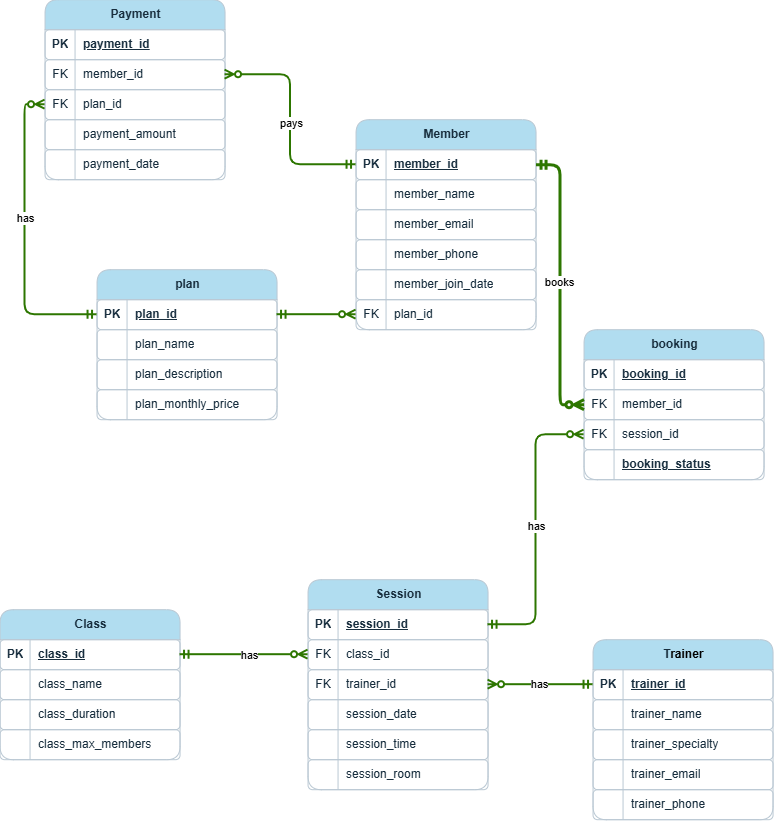
This is diagrams/ironclad_fitness_ERD.png from muthelophindulo/ironclad_fitness_gym_db, a draw.io export, as it was before one commit. Source tidied: cells renumbered, new cells last; positions are measured from the earlier drawing's top-left corner, leaving out a move shared by most shapes.
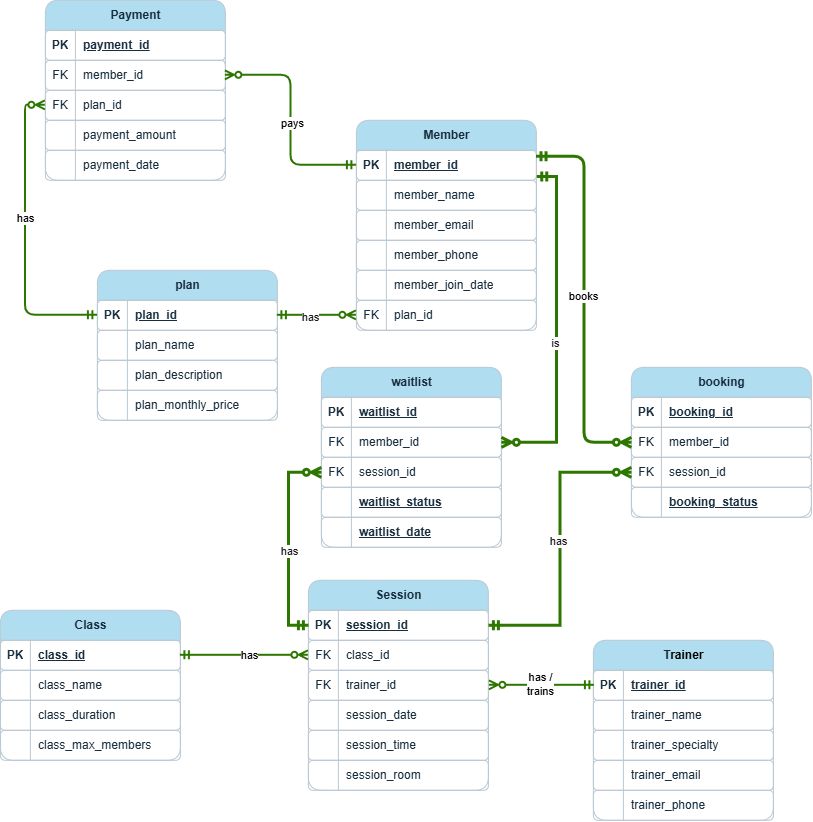
After the commit.

What changed in the source:
```diff
@@ -188,6 +188,9 @@
     <mxCell id="63" style="edgeStyle=orthogonalEdgeStyle;rounded=1;jettySize=auto;html=1;exitX=0;exitY=0.5;exitDx=0;exitDy=0;entryX=1;entryY=0.5;entryDx=0;entryDy=0;labelBackgroundColor=none;strokeColor=#2D7600;fontColor=default;startArrow=ERzeroToMany;startFill=0;endArrow=ERmandOne;endFill=0;fillColor=#60a917;strokeWidth=2;" parent="1" edge="1" source="60" target="3">
       <mxGeometry relative="1" as="geometry" />
     </mxCell>
+    <mxCell id="124" value="has" style="edgeLabel;html=1;align=center;verticalAlign=middle;fontFamily=Helvetica;fontSize=11;fontColor=#1A1A1A;labelBackgroundColor=default;" parent="63" vertex="1">
+      <mxGeometry x="0.17" y="2" relative="1" as="geometry" />
+    </mxCell>
     <mxCell id="64" value="Session" style="shape=table;startSize=30;rowLines=0;fontStyle=1;align=center;html=1;labelBackgroundColor=none;fillColor=#B1DDF0;strokeColor=#BAC8D3;fontColor=#182E3E;rounded=1;" parent="1" vertex="1">
       <mxGeometry x="308" y="580" width="180" height="210" as="geometry" />
     </mxCell>
@@ -245,10 +248,13 @@
     <mxCell id="82" value="session_room" style="shape=partialRectangle;fillColor=none;top=0;left=0;bottom=0;right=0;align=left;spacingLeft=6;overflow=hidden;whiteSpace=wrap;html=1;labelBackgroundColor=none;strokeColor=#BAC8D3;fontColor=#182E3E;rounded=1;" parent="80" vertex="1">
       <mxGeometry x="30" width="150" height="30" as="geometry" />
     </mxCell>
-    <mxCell id="83" style="edgeStyle=orthogonalEdgeStyle;rounded=1;jettySize=auto;html=1;exitX=1;exitY=0.5;exitDx=0;exitDy=0;entryX=0;entryY=0.5;entryDx=0;entryDy=0;labelBackgroundColor=none;strokeColor=#2D7600;fontColor=default;endArrow=ERmandOne;endFill=0;startArrow=ERzeroToMany;startFill=0;fillColor=#60a917;strokeWidth=2;" parent="1" edge="1" source="71" target="16">
-      <mxGeometry relative="1" as="geometry" />
+    <mxCell id="83" style="edgeStyle=orthogonalEdgeStyle;rounded=1;orthogonalLoop=1;jettySize=auto;html=1;exitX=1;exitY=0.5;exitDx=0;exitDy=0;entryX=0;entryY=0.5;entryDx=0;entryDy=0;labelBackgroundColor=none;strokeColor=#2D7600;fontColor=default;endArrow=ERmandOne;endFill=0;startArrow=ERzeroToMany;startFill=0;fillColor=#60a917;strokeWidth=2;" parent="1" edge="1">
+      <mxGeometry relative="1" as="geometry">
+        <mxPoint x="489" y="685" as="sourcePoint" />
+        <mxPoint x="594" y="685" as="targetPoint" />
+      </mxGeometry>
     </mxCell>
-    <mxCell id="84" value="has" style="edgeLabel;html=1;align=center;verticalAlign=middle;" parent="83" vertex="1">
+    <mxCell id="84" value="has /&lt;div&gt;trains&lt;/div&gt;" style="edgeLabel;html=1;align=center;verticalAlign=middle;" parent="83" vertex="1">
       <mxGeometry x="-0.03" y="1" relative="1" as="geometry" />
     </mxCell>
     <mxCell id="85" style="edgeStyle=orthogonalEdgeStyle;rounded=1;jettySize=auto;html=1;exitX=0;exitY=0.5;exitDx=0;exitDy=0;entryX=1;entryY=0.5;entryDx=0;entryDy=0;labelBackgroundColor=none;strokeColor=#2D7600;fontColor=default;startArrow=ERzeroToMany;startFill=0;endArrow=ERmandOne;endFill=0;fillColor=#60a917;strokeWidth=2;" parent="1" edge="1" source="68" target="32">
@@ -258,7 +264,7 @@
       <mxGeometry x="-0.07" relative="1" as="geometry" />
     </mxCell>
     <mxCell id="87" value="booking" style="shape=table;startSize=30;rowLines=0;fontStyle=1;align=center;html=1;labelBackgroundColor=none;fillColor=#B1DDF0;strokeColor=#BAC8D3;fontColor=#182E3E;rounded=1;" parent="1" vertex="1">
-      <mxGeometry x="584" y="330" width="180" height="150" as="geometry" />
+      <mxGeometry x="631" y="367" width="180" height="150" as="geometry" />
     </mxCell>
     <mxCell id="88" style="shape=tableRow;horizontal=0;startSize=0;swimlaneHead=0;swimlaneBody=0;fillColor=none;top=0;left=0;right=0;bottom=1;labelBackgroundColor=none;strokeColor=#BAC8D3;fontColor=#182E3E;rounded=1;" parent="87" vertex="1">
       <mxGeometry y="30" width="180" height="30" as="geometry" />
@@ -296,18 +302,12 @@
     <mxCell id="99" value="&lt;span style=&quot;font-weight: 700; text-decoration: underline;&quot;&gt;booking_status&lt;/span&gt;" style="shape=partialRectangle;fillColor=none;top=0;left=0;bottom=0;right=0;align=left;spacingLeft=6;overflow=hidden;whiteSpace=wrap;html=1;labelBackgroundColor=none;strokeColor=#BAC8D3;fontColor=#182E3E;rounded=1;" parent="97" vertex="1">
       <mxGeometry x="30" width="150" height="30" as="geometry" />
     </mxCell>
-    <mxCell id="100" style="edgeStyle=orthogonalEdgeStyle;rounded=1;jettySize=auto;html=1;exitX=0;exitY=0.5;exitDx=0;exitDy=0;entryX=1;entryY=0.5;entryDx=0;entryDy=0;labelBackgroundColor=none;strokeColor=#2D7600;fontColor=default;startArrow=ERzeroToMany;startFill=0;endArrow=ERmandOne;endFill=0;strokeWidth=3;fillColor=#60a917;" parent="1" edge="1" source="91" target="45">
+    <mxCell id="100" style="edgeStyle=orthogonalEdgeStyle;rounded=1;jettySize=auto;html=1;exitX=0;exitY=0.5;exitDx=0;exitDy=0;entryX=0.998;entryY=0.2;entryDx=0;entryDy=0;labelBackgroundColor=none;strokeColor=#2D7600;fontColor=default;startArrow=ERzeroToMany;startFill=0;endArrow=ERmandOne;endFill=0;strokeWidth=3;fillColor=#60a917;entryPerimeter=0;" parent="1" edge="1" source="91" target="45">
       <mxGeometry relative="1" as="geometry" />
     </mxCell>
     <mxCell id="101" value="books" style="edgeLabel;html=1;align=center;verticalAlign=middle;" parent="100" vertex="1">
       <mxGeometry x="0.01" y="1" relative="1" as="geometry" />
     </mxCell>
-    <mxCell id="102" style="edgeStyle=orthogonalEdgeStyle;rounded=1;jettySize=auto;html=1;exitX=0;exitY=0.5;exitDx=0;exitDy=0;entryX=1;entryY=0.5;entryDx=0;entryDy=0;labelBackgroundColor=none;strokeColor=#2D7600;fontColor=default;startArrow=ERzeroToMany;startFill=0;endArrow=ERmandOne;endFill=0;fillColor=#60a917;strokeWidth=2;" parent="1" edge="1" source="94" target="65">
-      <mxGeometry relative="1" as="geometry" />
-    </mxCell>
-    <mxCell id="103" value="has" style="edgeLabel;html=1;align=center;verticalAlign=middle;" parent="102" vertex="1">
-      <mxGeometry x="-0.03" relative="1" as="geometry" />
-    </mxCell>
     <mxCell id="104" value="Payment" style="shape=table;startSize=30;rowLines=0;fontStyle=1;align=center;html=1;labelBackgroundColor=none;fillColor=#B1DDF0;strokeColor=#BAC8D3;fontColor=#182E3E;rounded=1;" parent="1" vertex="1">
       <mxGeometry x="45" width="180" height="180" as="geometry" />
     </mxCell>
@@ -368,5 +368,73 @@
     <mxCell id="123" value="has" style="edgeLabel;html=1;align=center;verticalAlign=middle;" parent="122" vertex="1">
       <mxGeometry x="-0.12" relative="1" as="geometry" />
     </mxCell>
+    <mxCell id="125" value="waitlist" style="shape=table;startSize=30;rowLines=0;fontStyle=1;align=center;html=1;labelBackgroundColor=none;fillColor=#B1DDF0;strokeColor=#BAC8D3;fontColor=#182E3E;rounded=1;" parent="1" vertex="1">
+      <mxGeometry x="321" y="367" width="180" height="180" as="geometry" />
+    </mxCell>
+    <mxCell id="126" style="shape=tableRow;horizontal=0;startSize=0;swimlaneHead=0;swimlaneBody=0;fillColor=none;top=0;left=0;right=0;bottom=1;labelBackgroundColor=none;strokeColor=#BAC8D3;fontColor=#182E3E;rounded=1;" parent="125" vertex="1">
+      <mxGeometry y="30" width="180" height="30" as="geometry" />
+    </mxCell>
+    <mxCell id="127" value="PK" style="shape=partialRectangle;fillColor=none;top=0;left=0;bottom=0;right=0;fontStyle=1;overflow=hidden;whiteSpace=wrap;html=1;labelBackgroundColor=none;strokeColor=#BAC8D3;fontColor=#182E3E;rounded=1;" parent="126" vertex="1">
+      <mxGeometry width="30" height="30" as="geometry" />
+    </mxCell>
+    <mxCell id="128" value="waitlist_id" style="shape=partialRectangle;fillColor=none;top=0;left=0;bottom=0;right=0;align=left;spacingLeft=6;fontStyle=5;overflow=hidden;whiteSpace=wrap;html=1;labelBackgroundColor=none;strokeColor=#BAC8D3;fontColor=#182E3E;rounded=1;" parent="126" vertex="1">
+      <mxGeometry x="30" width="150" height="30" as="geometry" />
+    </mxCell>
+    <mxCell id="129" style="shape=tableRow;horizontal=0;startSize=0;swimlaneHead=0;swimlaneBody=0;fillColor=none;points=[[0,0.5],[1,0.5]];portConstraint=eastwest;top=0;left=0;right=0;bottom=0;labelBackgroundColor=none;strokeColor=#BAC8D3;fontColor=#182E3E;rounded=1;" parent="125" vertex="1">
+      <mxGeometry y="60" width="180" height="30" as="geometry" />
+    </mxCell>
+    <mxCell id="130" value="FK" style="shape=partialRectangle;fillColor=none;top=0;left=0;bottom=0;right=0;overflow=hidden;whiteSpace=wrap;html=1;labelBackgroundColor=none;strokeColor=#BAC8D3;fontColor=#182E3E;rounded=1;" parent="129" vertex="1">
+      <mxGeometry width="30" height="30" as="geometry" />
+    </mxCell>
+    <mxCell id="131" value="member_id" style="shape=partialRectangle;fillColor=none;top=0;left=0;bottom=0;right=0;align=left;spacingLeft=6;overflow=hidden;whiteSpace=wrap;html=1;labelBackgroundColor=none;strokeColor=#BAC8D3;fontColor=#182E3E;rounded=1;" parent="129" vertex="1">
+      <mxGeometry x="30" width="150" height="30" as="geometry" />
+    </mxCell>
+    <mxCell id="132" style="shape=tableRow;horizontal=0;startSize=0;swimlaneHead=0;swimlaneBody=0;fillColor=none;points=[[0,0.5],[1,0.5]];portConstraint=eastwest;top=0;left=0;right=0;bottom=0;labelBackgroundColor=none;strokeColor=#BAC8D3;fontColor=#182E3E;rounded=1;" parent="125" vertex="1">
+      <mxGeometry y="90" width="180" height="30" as="geometry" />
+    </mxCell>
+    <mxCell id="133" value="FK" style="shape=partialRectangle;fillColor=none;top=0;left=0;bottom=0;right=0;overflow=hidden;whiteSpace=wrap;html=1;labelBackgroundColor=none;strokeColor=#BAC8D3;fontColor=#182E3E;rounded=1;" parent="132" vertex="1">
+      <mxGeometry width="30" height="30" as="geometry" />
+    </mxCell>
+    <mxCell id="134" value="session_id" style="shape=partialRectangle;fillColor=none;top=0;left=0;bottom=0;right=0;align=left;spacingLeft=6;overflow=hidden;whiteSpace=wrap;html=1;labelBackgroundColor=none;strokeColor=#BAC8D3;fontColor=#182E3E;rounded=1;" parent="132" vertex="1">
+      <mxGeometry x="30" width="150" height="30" as="geometry" />
+    </mxCell>
+    <mxCell id="135" style="shape=tableRow;horizontal=0;startSize=0;swimlaneHead=0;swimlaneBody=0;fillColor=none;top=0;left=0;right=0;bottom=0;labelBackgroundColor=none;strokeColor=#BAC8D3;fontColor=#182E3E;rounded=1;" parent="125" vertex="1">
+      <mxGeometry y="120" width="180" height="30" as="geometry" />
+    </mxCell>
+    <mxCell id="136" style="shape=partialRectangle;fillColor=none;top=0;left=0;bottom=0;right=0;overflow=hidden;whiteSpace=wrap;html=1;labelBackgroundColor=none;strokeColor=#BAC8D3;fontColor=#182E3E;rounded=1;" parent="135" vertex="1">
+      <mxGeometry width="30" height="30" as="geometry" />
+    </mxCell>
+    <mxCell id="137" value="&lt;span style=&quot;font-weight: 700; text-decoration: underline;&quot;&gt;waitlist_status&lt;/span&gt;" style="shape=partialRectangle;fillColor=none;top=0;left=0;bottom=0;right=0;align=left;spacingLeft=6;overflow=hidden;whiteSpace=wrap;html=1;labelBackgroundColor=none;strokeColor=#BAC8D3;fontColor=#182E3E;rounded=1;" parent="135" vertex="1">
+      <mxGeometry x="30" width="150" height="30" as="geometry" />
+    </mxCell>
+    <mxCell id="138" style="shape=tableRow;horizontal=0;startSize=0;swimlaneHead=0;swimlaneBody=0;fillColor=none;top=0;left=0;right=0;bottom=0;labelBackgroundColor=none;strokeColor=#BAC8D3;fontColor=#182E3E;rounded=1;" parent="125" vertex="1">
+      <mxGeometry y="150" width="180" height="30" as="geometry" />
+    </mxCell>
+    <mxCell id="139" style="shape=partialRectangle;fillColor=none;top=0;left=0;bottom=0;right=0;overflow=hidden;whiteSpace=wrap;html=1;labelBackgroundColor=none;strokeColor=#BAC8D3;fontColor=#182E3E;rounded=1;" parent="138" vertex="1">
+      <mxGeometry width="30" height="30" as="geometry" />
+    </mxCell>
+    <mxCell id="140" value="&lt;span style=&quot;font-weight: 700; text-decoration: underline;&quot;&gt;waitlist_date&lt;/span&gt;" style="shape=partialRectangle;fillColor=none;top=0;left=0;bottom=0;right=0;align=left;spacingLeft=6;overflow=hidden;whiteSpace=wrap;html=1;labelBackgroundColor=none;strokeColor=#BAC8D3;fontColor=#182E3E;rounded=1;" parent="138" vertex="1">
+      <mxGeometry x="30" width="150" height="30" as="geometry" />
+    </mxCell>
+    <mxCell id="141" style="edgeStyle=orthogonalEdgeStyle;shape=connector;rounded=0;jettySize=auto;html=1;exitX=1.002;exitY=0.873;exitDx=0;exitDy=0;entryX=1;entryY=0.5;entryDx=0;entryDy=0;strokeColor=#2D7600;strokeWidth=3;align=center;verticalAlign=middle;fontFamily=Helvetica;fontSize=11;fontColor=#1A1A1A;labelBackgroundColor=default;startArrow=ERmandOne;startFill=0;endArrow=ERzeroToMany;endFill=0;exitPerimeter=0;fillColor=#60a917;" parent="1" edge="1" source="45" target="129">
+      <mxGeometry relative="1" as="geometry" />
+    </mxCell>
+    <mxCell id="142" value="is" style="edgeLabel;html=1;align=center;verticalAlign=middle;fontFamily=Helvetica;fontSize=11;fontColor=#1A1A1A;labelBackgroundColor=default;" parent="141" vertex="1">
+      <mxGeometry x="-0.18" relative="1" as="geometry">
+        <mxPoint x="-1" y="46" as="offset" />
+      </mxGeometry>
+    </mxCell>
+    <mxCell id="143" style="edgeStyle=orthogonalEdgeStyle;shape=connector;rounded=0;jettySize=auto;html=1;exitX=0;exitY=0.5;exitDx=0;exitDy=0;entryX=0;entryY=0.5;entryDx=0;entryDy=0;strokeColor=#2D7600;strokeWidth=3;align=center;verticalAlign=middle;fontFamily=Helvetica;fontSize=11;fontColor=#1A1A1A;labelBackgroundColor=default;startArrow=ERzeroToMany;startFill=0;endArrow=ERmandOne;endFill=0;fillColor=#60a917;" parent="1" edge="1" source="132" target="65">
+      <mxGeometry relative="1" as="geometry" />
+    </mxCell>
+    <mxCell id="144" value="has" style="edgeLabel;html=1;align=center;verticalAlign=middle;fontFamily=Helvetica;fontSize=11;fontColor=#1A1A1A;labelBackgroundColor=default;" parent="143" vertex="1">
+      <mxGeometry x="0.09" y="1" relative="1" as="geometry" />
+    </mxCell>
+    <mxCell id="145" style="edgeStyle=orthogonalEdgeStyle;shape=connector;rounded=0;jettySize=auto;html=1;exitX=1;exitY=0.5;exitDx=0;exitDy=0;entryX=0;entryY=0.5;entryDx=0;entryDy=0;strokeColor=#2D7600;strokeWidth=3;align=center;verticalAlign=middle;fontFamily=Helvetica;fontSize=11;fontColor=#1A1A1A;labelBackgroundColor=default;startArrow=ERmandOne;startFill=0;endArrow=ERzeroToMany;endFill=0;fillColor=#60a917;" parent="1" edge="1" source="65" target="94">
+      <mxGeometry relative="1" as="geometry" />
+    </mxCell>
+    <mxCell id="146" value="has" style="edgeLabel;html=1;align=center;verticalAlign=middle;fontFamily=Helvetica;fontSize=11;fontColor=#1A1A1A;labelBackgroundColor=default;" parent="145" vertex="1">
+      <mxGeometry x="0.05" y="2" relative="1" as="geometry" />
+    </mxCell>
   </root>
 </mxGraphModel>
```
